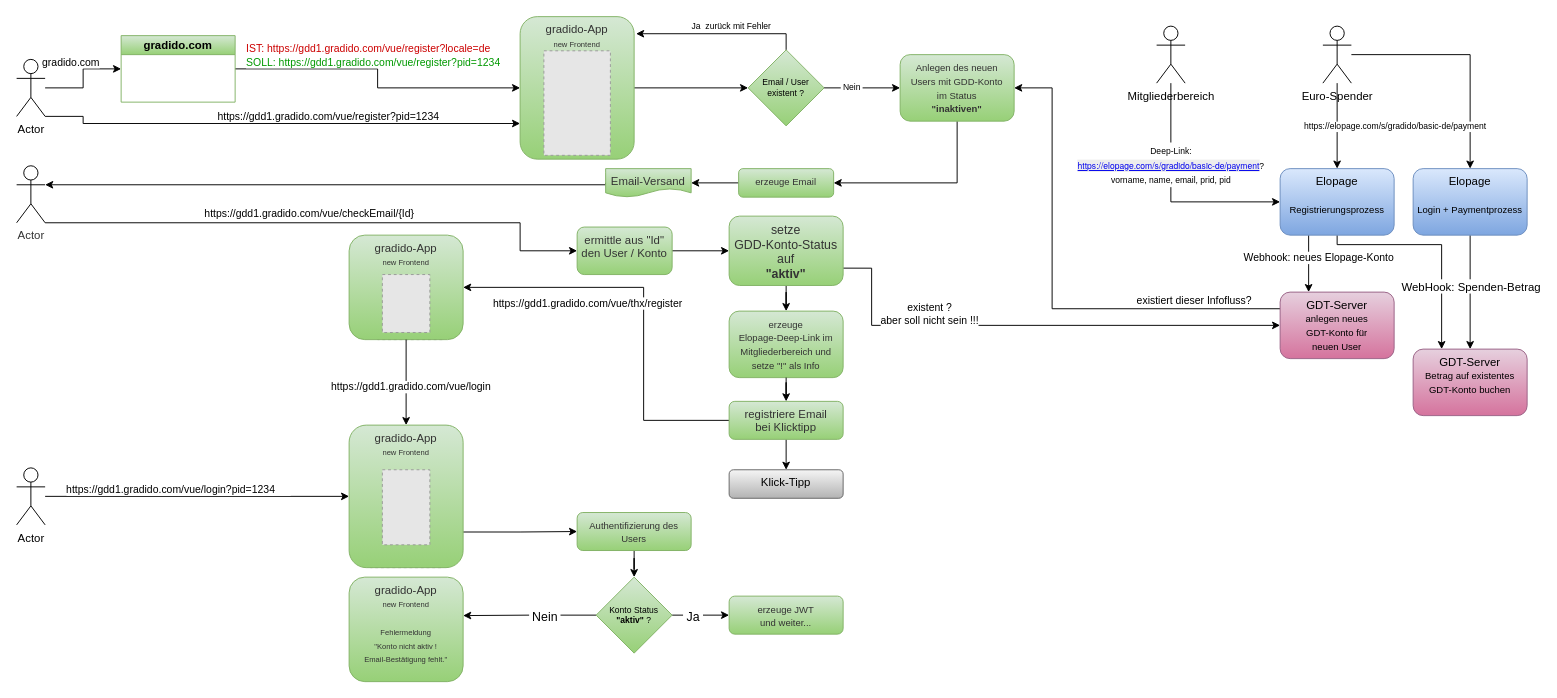
This is docu/Concepts/BusinessRequirements/graphics/RegistrationProcess.drawio from gradido/gradido, a draw.io file, before an edit. Source tidied: cells renumbered, new cells numbered last; positions are measured from the earlier drawing's top-left corner, leaving out a move shared by most shapes. Both pictures are drawn from the tidied source at 95%, with x=0, y=0 at pixel (16, 16). Pictures stored in the file or linked from it are replaced by grey dashed boxes.
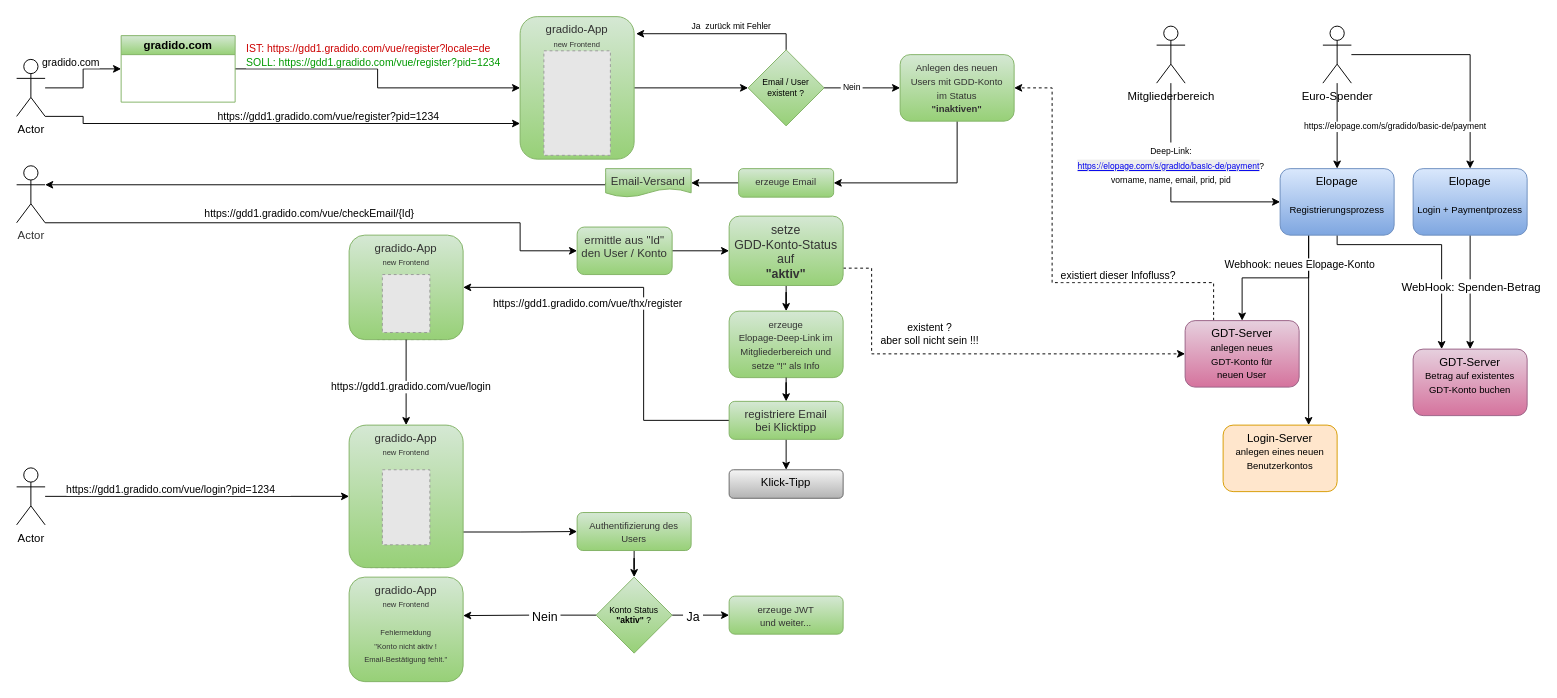
After the change.

Unchanged cells that the change refers to:
```xml
<mxCell id="66" value="&lt;font style=&quot;font-size: 10px&quot;&gt;Anlegen des neuen&lt;br&gt;Users mit GDD-Konto&lt;br&gt;im Status&lt;br&gt;&lt;b&gt;&quot;inaktiven&quot;&lt;/b&gt;&lt;br&gt;&lt;/font&gt;" style="whiteSpace=wrap;html=1;rounded=1;verticalAlign=top;strokeColor=#82b366;fillColor=#d5e8d4;gradientColor=#97d077;fontColor=#333333;" parent="1" vertex="1">
  <mxGeometry x="930" y="40" width="120" height="70" as="geometry" />
</mxCell>
<mxCell id="69" value="&lt;font style=&quot;font-size: 13px&quot;&gt;setze &lt;br&gt;GDD-Konto-Status&lt;br&gt;auf&lt;br&gt;&lt;b&gt;&quot;aktiv&quot;&lt;/b&gt;&lt;br&gt;&lt;/font&gt;" style="whiteSpace=wrap;html=1;rounded=1;verticalAlign=top;strokeColor=#82b366;fillColor=#d5e8d4;gradientColor=#97d077;fontColor=#333333;fontSize=13;" parent="1" vertex="1">
  <mxGeometry x="750" y="210" width="120" height="73" as="geometry" />
</mxCell>
<mxCell id="70" value="Elopage&lt;br&gt;&lt;br&gt;&lt;font style=&quot;font-size: 10px&quot;&gt;Registrierungsprozess&lt;/font&gt;" style="whiteSpace=wrap;html=1;rounded=1;verticalAlign=top;strokeColor=#6c8ebf;fillColor=#dae8fc;gradientColor=#7ea6e0;" parent="1" vertex="1">
  <mxGeometry x="1330" y="160" width="120" height="70" as="geometry" />
</mxCell>
```

What changed in the source:
```diff
@@
+    <mxCell id="80" style="edgeStyle=orthogonalEdgeStyle;rounded=0;jettySize=auto;html=1;entryX=0.75;entryY=0;entryDx=0;entryDy=0;exitX=0.25;exitY=1;exitDx=0;exitDy=0;" parent="1" edge="1" source="70" target="81">
+      <mxGeometry relative="1" as="geometry" />
+    </mxCell>
@@
-    <mxCell id="21" style="edgeStyle=orthogonalEdgeStyle;rounded=0;jettySize=auto;html=1;entryX=0.25;entryY=0;entryDx=0;entryDy=0;exitX=0.25;exitY=1;exitDx=0;exitDy=0;" parent="1" edge="1" source="70" target="47">
+    <mxCell id="21" style="edgeStyle=orthogonalEdgeStyle;rounded=0;jettySize=auto;html=1;entryX=0.5;entryY=0;entryDx=0;entryDy=0;exitX=0.25;exitY=1;exitDx=0;exitDy=0;" parent="1" edge="1" source="70" target="47">
       <mxGeometry relative="1" as="geometry" />
     </mxCell>
     <mxCell id="22" value="Webhook: neues Elopage-Konto" style="edgeLabel;html=1;align=left;verticalAlign=middle;" parent="21" vertex="1">
       <mxGeometry x="-0.23" relative="1" as="geometry">
-        <mxPoint x="-70" as="offset" />
+        <mxPoint x="-73" y="-15" as="offset" />
       </mxGeometry>
     </mxCell>
@@
-    <mxCell id="31" style="edgeStyle=orthogonalEdgeStyle;rounded=0;jettySize=auto;html=1;entryX=1;entryY=0.5;entryDx=0;entryDy=0;exitX=0;exitY=0.25;exitDx=0;exitDy=0;" parent="1" edge="1" source="47" target="66">
+    <mxCell id="31" style="edgeStyle=orthogonalEdgeStyle;rounded=0;jettySize=auto;html=1;entryX=1;entryY=0.5;entryDx=0;entryDy=0;exitX=0.25;exitY=0;exitDx=0;exitDy=0;dashed=1;" parent="1" edge="1" source="47" target="66">
       <mxGeometry relative="1" as="geometry">
         <Array as="points">
-          <mxPoint x="1090" y="308" />
+          <mxPoint x="1260" y="280" />
+          <mxPoint x="1090" y="280" />
           <mxPoint x="1090" y="75" />
         </Array>
       </mxGeometry>
     </mxCell>
     <mxCell id="32" value="existiert dieser Infofluss?&amp;nbsp;" style="edgeLabel;html=1;align=center;verticalAlign=middle;" parent="31" vertex="1">
       <mxGeometry x="-0.58" relative="1" as="geometry">
-        <mxPoint x="18" y="-9" as="offset" />
+        <mxPoint x="-44" y="-8" as="offset" />
       </mxGeometry>
     </mxCell>
@@
     <mxCell id="47" value="GDT-Server&lt;br&gt;&lt;span style=&quot;font-size: 10px&quot;&gt;anlegen neues &lt;br&gt;GDT-Konto für &lt;br&gt;neuen User&lt;/span&gt;" style="whiteSpace=wrap;html=1;rounded=1;verticalAlign=top;strokeColor=#996185;fillColor=#e6d0de;gradientColor=#d5739d;" parent="1" vertex="1">
-      <mxGeometry x="1330" y="290" width="120" height="70" as="geometry" />
+      <mxGeometry x="1230" y="320" width="120" height="70" as="geometry" />
     </mxCell>
@@
-    <mxCell id="52" style="edgeStyle=orthogonalEdgeStyle;rounded=0;jettySize=auto;html=1;entryX=0;entryY=0.5;entryDx=0;entryDy=0;exitX=1;exitY=0.75;exitDx=0;exitDy=0;" parent="1" edge="1" source="69" target="47">
+    <mxCell id="52" style="edgeStyle=orthogonalEdgeStyle;rounded=0;jettySize=auto;html=1;entryX=0;entryY=0.5;entryDx=0;entryDy=0;exitX=1;exitY=0.75;exitDx=0;exitDy=0;dashed=1;" parent="1" edge="1" source="69" target="47">
       <mxGeometry relative="1" as="geometry">
         <Array as="points">
           <mxPoint x="900" y="265" />
-          <mxPoint x="900" y="325" />
+          <mxPoint x="900" y="355" />
         </Array>
       </mxGeometry>
     </mxCell>
     <mxCell id="53" value="existent ? &lt;br&gt;aber soll nicht sein !!!" style="edgeLabel;html=1;align=center;verticalAlign=middle;" parent="52" vertex="1">
       <mxGeometry x="-0.82" y="-1" relative="1" as="geometry">
-        <mxPoint x="61" y="31" as="offset" />
+        <mxPoint x="61" y="58" as="offset" />
       </mxGeometry>
     </mxCell>
@@
+    <mxCell id="81" value="Login-Server&lt;br&gt;&lt;font style=&quot;font-size: 10px&quot;&gt;anlegen eines neuen Benutzerkontos&lt;/font&gt;" style="whiteSpace=wrap;html=1;rounded=1;verticalAlign=top;strokeColor=#d79b00;fillColor=#ffe6cc;" parent="1" vertex="1">
+      <mxGeometry x="1270" y="430" width="120" height="70" as="geometry" />
+    </mxCell>
```
